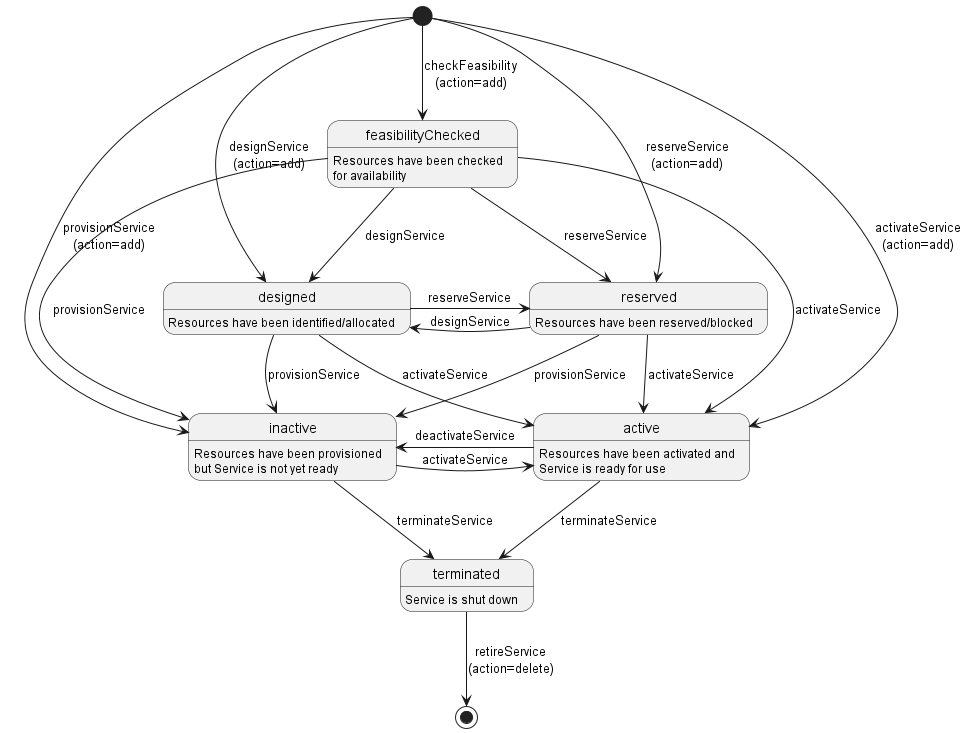
The PlantUML diagram documentation/serviceApi/order/media/serviceState.png in MEF-GIT/MEF-LSO-Legato-SDK, before a commit.
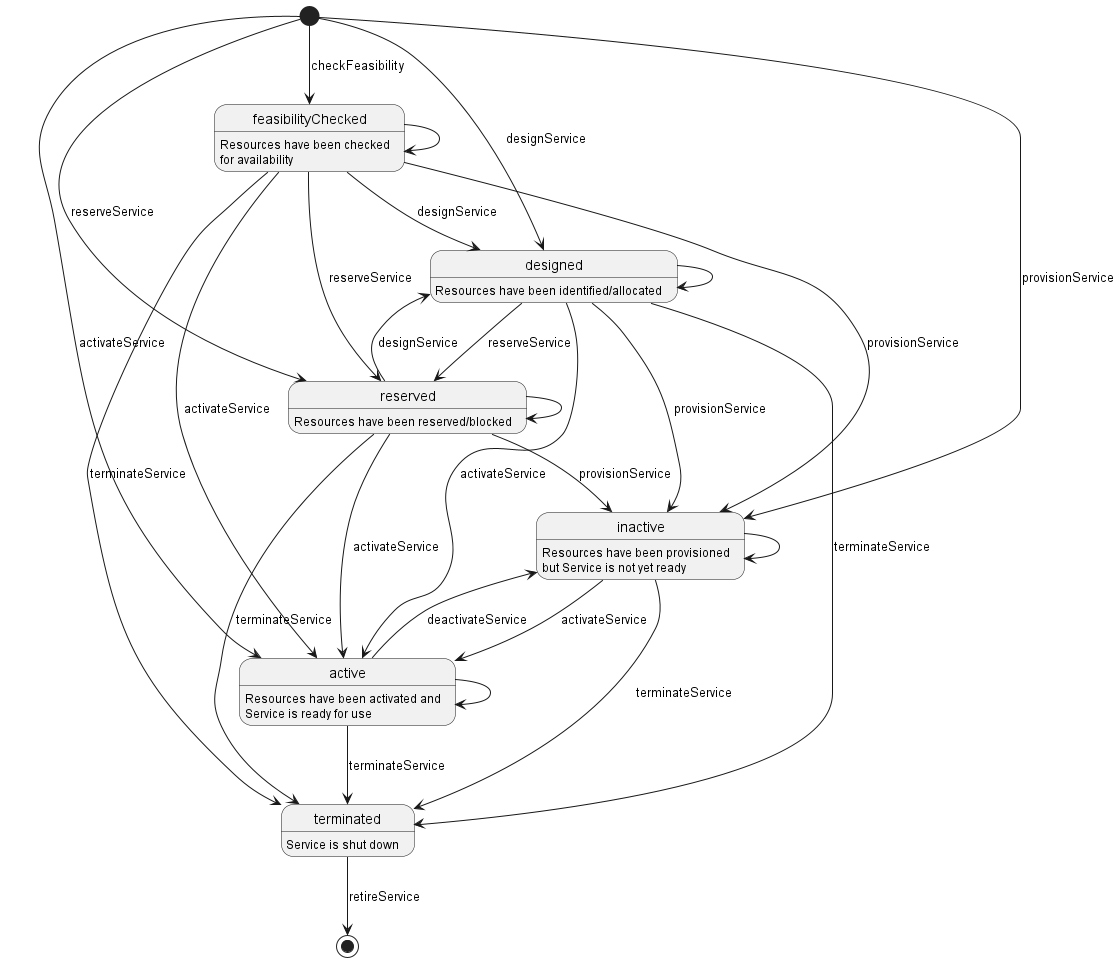
The same diagram one commit later.

Change to the diagram source:
```diff
@@ -8,32 +8,40 @@
 state terminated : Service is shut down
 
 
-[*] --> feasibilityChecked : checkFeasibility\n(action=add)
-[*] --> inactive : provisionService\n(action=add)
-[*] --> designed : designService\n(action=add)
-[*] --> reserved : reserveService\n(action=add)
-[*] --> active : activateService\n(action=add)
+[*] --> feasibilityChecked : checkFeasibility
+[*] --> inactive : provisionService
+[*] --> designed : designService
+[*] --> reserved : reserveService
+[*] --> active : activateService
 
 feasibilityChecked --> designed : designService
 feasibilityChecked --> reserved : reserveService
 feasibilityChecked --> inactive : provisionService
-feasibilityChecked --> active : activateService
+feasibilityChecked -down-> active : activateService
+feasibilityChecked --> feasibilityChecked
 
-designed -> reserved : reserveService
+designed -right-> reserved : reserveService
 designed --> inactive : provisionService
 designed --> active : activateService
+designed --> designed
 
-reserved -> designed : designService
+reserved -d-> designed : designService
 reserved --> inactive : provisionService
 reserved --> active : activateService
+reserved --> reserved
 
-inactive -right-> active : activateService
+inactive -d-> active : activateService
 inactive --> terminated : terminateService
+inactive --> inactive
 
 active -left-> inactive : deactivateService
 active --> terminated : terminateService
+active --> active
 
+feasibilityChecked --> terminated : terminateService
+designed -down-> terminated : terminateService
+reserved -down-> terminated : terminateService
 
-terminated --> [*] : retireService\n(action=delete)
+terminated --> [*] : retireService
 
 @enduml
```
